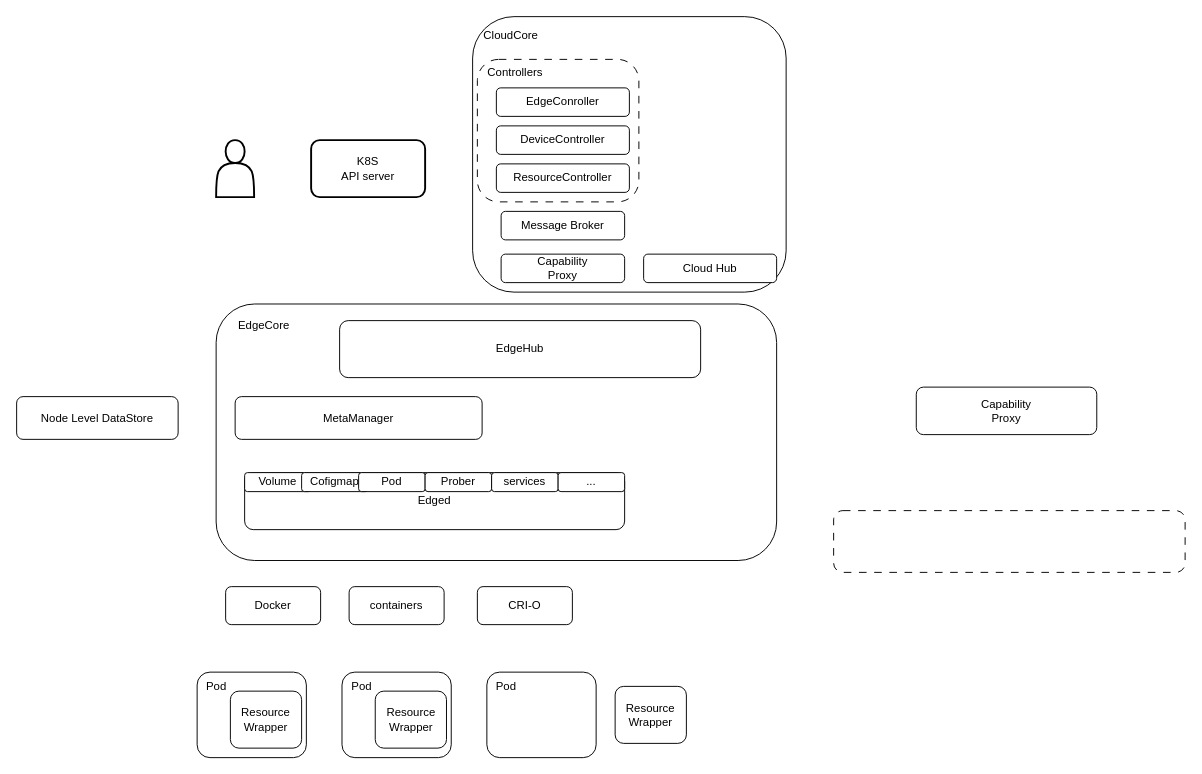
gdace829/test keeps this draw.io diagram as 人机物.drawio. Above is the earlier version. Source tidied: cells renumbered, new cells numbered last; positions are measured from the earlier drawing's top-left corner, leaving out a move shared by most shapes. Both pictures are drawn from the tidied source at 95%, with x=0, y=0 at pixel (16, 16).
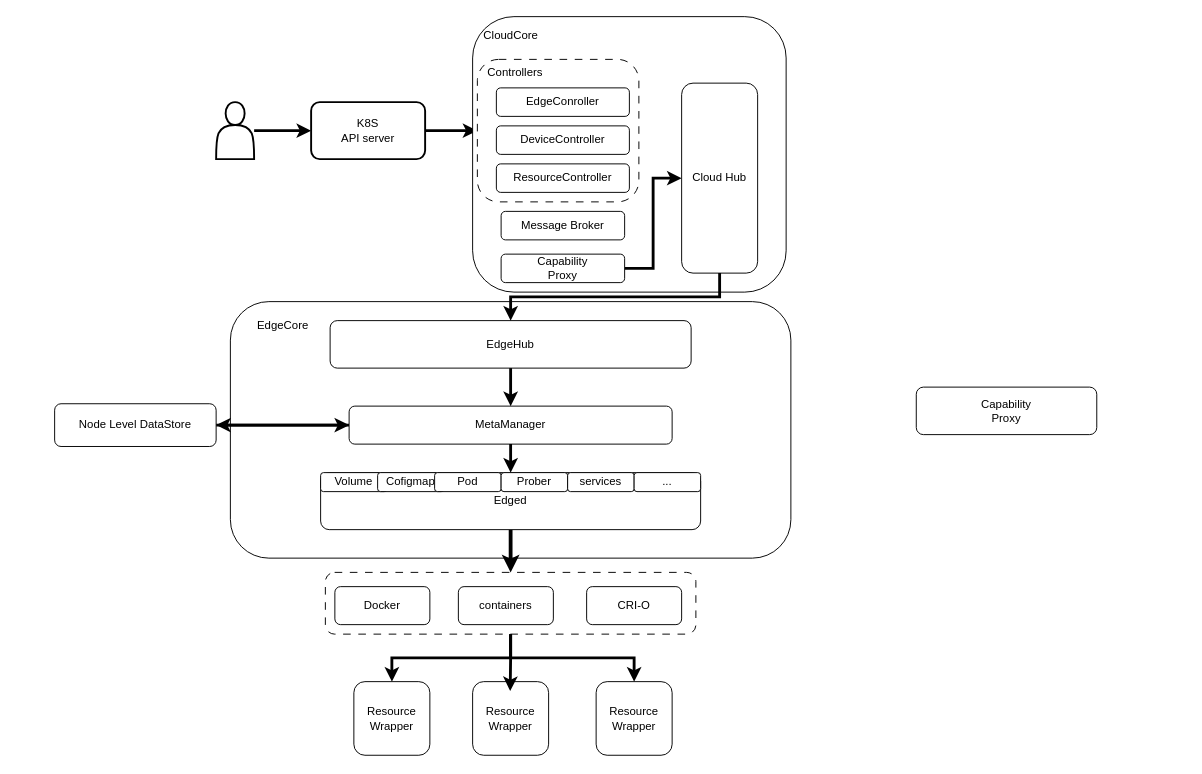
After the change.

Commit message:
更新人机物.drawio

The change refers to these unchanged cells:
```xml
<mxCell id="8" value="Capability&lt;br&gt;Proxy" style="rounded=1;whiteSpace=wrap;html=1;" parent="1" vertex="1">
  <mxGeometry x="510" y="250" width="130" height="30" as="geometry" />
</mxCell>
<mxCell id="33" style="rounded=1;whiteSpace=wrap;html=1;fillColor=none;dashed=1;dashPattern=8 8;" parent="1" vertex="1">
  <mxGeometry x="485" y="45" width="170" height="150" as="geometry" />
</mxCell>
```

What changed in the source:
```diff
@@
+    <mxCell id="40" style="edgeStyle=orthogonalEdgeStyle;rounded=0;jettySize=auto;html=1;entryX=0;entryY=0.5;entryDx=0;entryDy=0;strokeWidth=3;" parent="1" edge="1" source="2" target="3">
+      <mxGeometry relative="1" as="geometry" />
+    </mxCell>
     <mxCell id="2" style="shape=actor;whiteSpace=wrap;html=1;strokeWidth=2;" parent="1" vertex="1">
-      <mxGeometry x="210" y="130" width="40" height="60" as="geometry" />
+      <mxGeometry x="210" y="90" width="40" height="60" as="geometry" />
     </mxCell>
+    <mxCell id="41" style="edgeStyle=orthogonalEdgeStyle;rounded=0;jettySize=auto;html=1;strokeWidth=3;" parent="1" edge="1" source="3" target="33">
+      <mxGeometry relative="1" as="geometry" />
+    </mxCell>
     <mxCell id="3" value="K8S&lt;br&gt;API server" style="rounded=1;whiteSpace=wrap;html=1;strokeWidth=2;" parent="1" vertex="1">
-      <mxGeometry x="310" y="130" width="120" height="60" as="geometry" />
+      <mxGeometry x="310" y="90" width="120" height="60" as="geometry" />
     </mxCell>
@@
     <mxCell id="6" style="rounded=1;whiteSpace=wrap;html=1;" parent="1" vertex="1">
-      <mxGeometry x="210" y="302.5" width="590" height="270" as="geometry" />
+      <mxGeometry x="225" y="300" width="590" height="270" as="geometry" />
     </mxCell>
     <mxCell id="7" value="EdgeCore" style="text;html=1;align=center;verticalAlign=middle;strokeColor=none;fillColor=none;" parent="1" vertex="1">
-      <mxGeometry x="220" y="310" width="80" height="30" as="geometry" />
+      <mxGeometry x="240" y="310" width="80" height="30" as="geometry" />
     </mxCell>
+    <mxCell id="42" style="edgeStyle=orthogonalEdgeStyle;rounded=0;jettySize=auto;html=1;exitX=1;exitY=0.5;exitDx=0;exitDy=0;strokeWidth=3;" parent="1" edge="1" source="8" target="22">
+      <mxGeometry relative="1" as="geometry" />
+    </mxCell>
@@
+    <mxCell id="43" style="edgeStyle=orthogonalEdgeStyle;rounded=0;jettySize=auto;html=1;strokeWidth=3;" parent="1" edge="1" source="9" target="10">
+      <mxGeometry relative="1" as="geometry" />
+    </mxCell>
     <mxCell id="9" value="EdgeHub" style="rounded=1;whiteSpace=wrap;html=1;" parent="1" vertex="1">
-      <mxGeometry x="340" y="320" width="380" height="60" as="geometry" />
+      <mxGeometry x="330" y="320" width="380" height="50" as="geometry" />
     </mxCell>
+    <mxCell id="44" style="edgeStyle=orthogonalEdgeStyle;rounded=0;jettySize=auto;html=1;strokeWidth=3;" parent="1" edge="1" source="10" target="11">
+      <mxGeometry relative="1" as="geometry" />
+    </mxCell>
+    <mxCell id="45" style="edgeStyle=orthogonalEdgeStyle;rounded=0;jettySize=auto;html=1;strokeWidth=3;" parent="1" edge="1" source="10" target="37">
+      <mxGeometry relative="1" as="geometry" />
+    </mxCell>
     <mxCell id="10" value="MetaManager" style="rounded=1;whiteSpace=wrap;html=1;" parent="1" vertex="1">
-      <mxGeometry x="230" y="400" width="260" height="45" as="geometry" />
+      <mxGeometry x="350" y="410" width="340" height="40" as="geometry" />
     </mxCell>
+    <mxCell id="46" style="edgeStyle=orthogonalEdgeStyle;rounded=0;jettySize=auto;html=1;entryX=0.5;entryY=0;entryDx=0;entryDy=0;strokeWidth=4;" parent="1" edge="1" source="11" target="21">
+      <mxGeometry relative="1" as="geometry" />
+    </mxCell>
     <mxCell id="11" value="Edged" style="rounded=1;whiteSpace=wrap;html=1;" parent="1" vertex="1">
-      <mxGeometry x="240" y="480" width="400" height="60" as="geometry" />
+      <mxGeometry x="320" y="480" width="400" height="60" as="geometry" />
     </mxCell>
     <mxCell id="12" value="Volume" style="rounded=1;whiteSpace=wrap;html=1;" parent="1" vertex="1">
-      <mxGeometry x="240" y="480" width="70" height="20" as="geometry" />
+      <mxGeometry x="320" y="480" width="70" height="20" as="geometry" />
     </mxCell>
     <mxCell id="13" value="Cofigmap" style="rounded=1;whiteSpace=wrap;html=1;" parent="1" vertex="1">
-      <mxGeometry x="300" y="480" width="70" height="20" as="geometry" />
+      <mxGeometry x="380" y="480" width="70" height="20" as="geometry" />
     </mxCell>
     <mxCell id="14" value="Pod" style="rounded=1;whiteSpace=wrap;html=1;" parent="1" vertex="1">
-      <mxGeometry x="360" y="480" width="70" height="20" as="geometry" />
+      <mxGeometry x="440" y="480" width="70" height="20" as="geometry" />
     </mxCell>
     <mxCell id="15" value="Prober" style="rounded=1;whiteSpace=wrap;html=1;" parent="1" vertex="1">
-      <mxGeometry x="430" y="480" width="70" height="20" as="geometry" />
+      <mxGeometry x="510" y="480" width="70" height="20" as="geometry" />
     </mxCell>
     <mxCell id="16" value="services" style="rounded=1;whiteSpace=wrap;html=1;" parent="1" vertex="1">
-      <mxGeometry x="500" y="480" width="70" height="20" as="geometry" />
+      <mxGeometry x="580" y="480" width="70" height="20" as="geometry" />
     </mxCell>
     <mxCell id="17" value="Docker" style="rounded=1;whiteSpace=wrap;html=1;" parent="1" vertex="1">
-      <mxGeometry x="220" y="600" width="100" height="40" as="geometry" />
+      <mxGeometry x="335" y="600" width="100" height="40" as="geometry" />
     </mxCell>
     <mxCell id="18" value="containers" style="rounded=1;whiteSpace=wrap;html=1;" parent="1" vertex="1">
-      <mxGeometry x="350" y="600" width="100" height="40" as="geometry" />
+      <mxGeometry x="465" y="600" width="100" height="40" as="geometry" />
     </mxCell>
     <mxCell id="19" value="CRI-O" style="rounded=1;whiteSpace=wrap;html=1;" parent="1" vertex="1">
-      <mxGeometry x="485" y="600" width="100" height="40" as="geometry" />
+      <mxGeometry x="600" y="600" width="100" height="40" as="geometry" />
     </mxCell>
-    <mxCell id="20" style="rounded=1;whiteSpace=wrap;html=1;" parent="1" vertex="1">
-      <mxGeometry x="495" y="690" width="115" height="90" as="geometry" />
-    </mxCell>
+    <mxCell id="47" style="edgeStyle=orthogonalEdgeStyle;rounded=0;jettySize=auto;html=1;entryX=0.5;entryY=0;entryDx=0;entryDy=0;strokeWidth=3;" parent="1" edge="1" source="21" target="52">
+      <mxGeometry relative="1" as="geometry" />
+    </mxCell>
+    <mxCell id="48" style="edgeStyle=orthogonalEdgeStyle;rounded=0;jettySize=auto;html=1;entryX=0.5;entryY=0;entryDx=0;entryDy=0;strokeWidth=3;" parent="1" edge="1" source="21" target="24">
+      <mxGeometry relative="1" as="geometry" />
+    </mxCell>
     <mxCell id="21" style="rounded=1;whiteSpace=wrap;html=1;fillColor=none;dashed=1;dashPattern=8 8;" parent="1" vertex="1">
-      <mxGeometry x="860" y="520" width="370" height="65" as="geometry" />
+      <mxGeometry x="325" y="585" width="390" height="65" as="geometry" />
     </mxCell>
+    <mxCell id="49" style="edgeStyle=orthogonalEdgeStyle;rounded=0;jettySize=auto;html=1;strokeWidth=3;" parent="1" edge="1" source="22" target="9">
+      <mxGeometry relative="1" as="geometry" />
+    </mxCell>
     <mxCell id="22" value="Cloud Hub" style="rounded=1;whiteSpace=wrap;html=1;" parent="1" vertex="1">
-      <mxGeometry x="660" y="250" width="140" height="30" as="geometry" />
+      <mxGeometry x="700" y="70" width="80" height="200" as="geometry" />
     </mxCell>
-    <mxCell id="23" value="Pod" style="text;html=1;align=center;verticalAlign=middle;strokeColor=none;fillColor=none;" parent="1" vertex="1">
-      <mxGeometry x="495" y="690" width="40" height="30" as="geometry" />
-    </mxCell>
     <mxCell id="24" value="Resource&lt;br&gt;Wrapper" style="rounded=1;whiteSpace=wrap;html=1;" parent="1" vertex="1">
-      <mxGeometry x="630" y="705" width="75" height="60" as="geometry" />
+      <mxGeometry x="610" y="700" width="80" height="77.5" as="geometry" />
     </mxCell>
-    <mxCell id="25" style="rounded=1;whiteSpace=wrap;html=1;" parent="1" vertex="1">
-      <mxGeometry x="342.5" y="690" width="115" height="90" as="geometry" />
-    </mxCell>
-    <mxCell id="26" value="Pod" style="text;html=1;align=center;verticalAlign=middle;strokeColor=none;fillColor=none;" parent="1" vertex="1">
-      <mxGeometry x="342.5" y="690" width="40" height="30" as="geometry" />
-    </mxCell>
-    <mxCell id="27" value="Resource&lt;br&gt;Wrapper" style="rounded=1;whiteSpace=wrap;html=1;" parent="1" vertex="1">
-      <mxGeometry x="377.5" y="710" width="75" height="60" as="geometry" />
-    </mxCell>
-    <mxCell id="28" style="rounded=1;whiteSpace=wrap;html=1;" parent="1" vertex="1">
-      <mxGeometry x="190" y="690" width="115" height="90" as="geometry" />
-    </mxCell>
-    <mxCell id="29" value="Pod" style="text;html=1;align=center;verticalAlign=middle;strokeColor=none;fillColor=none;" parent="1" vertex="1">
-      <mxGeometry x="190" y="690" width="40" height="30" as="geometry" />
-    </mxCell>
-    <mxCell id="30" value="Resource&lt;br&gt;Wrapper" style="rounded=1;whiteSpace=wrap;html=1;" parent="1" vertex="1">
-      <mxGeometry x="225" y="710" width="75" height="60" as="geometry" />
-    </mxCell>
@@
     <mxCell id="35" value="..." style="rounded=1;whiteSpace=wrap;html=1;" parent="1" vertex="1">
-      <mxGeometry x="570" y="480" width="70" height="20" as="geometry" />
+      <mxGeometry x="650" y="480" width="70" height="20" as="geometry" />
     </mxCell>
@@
+    <mxCell id="50" style="edgeStyle=orthogonalEdgeStyle;rounded=0;jettySize=auto;html=1;strokeWidth=3;" parent="1" edge="1" source="37" target="10">
+      <mxGeometry relative="1" as="geometry" />
+    </mxCell>
     <mxCell id="37" value="Node Level DataStore" style="rounded=1;whiteSpace=wrap;html=1;" parent="1" vertex="1">
-      <mxGeometry y="400" width="170" height="45" as="geometry" />
+      <mxGeometry x="40" y="407.5" width="170" height="45" as="geometry" />
     </mxCell>
@@
+    <mxCell id="51" value="Resource&lt;br&gt;Wrapper" style="rounded=1;whiteSpace=wrap;html=1;" parent="1" vertex="1">
+      <mxGeometry x="480" y="700" width="80" height="77.5" as="geometry" />
+    </mxCell>
+    <mxCell id="52" value="Resource&lt;br&gt;Wrapper" style="rounded=1;whiteSpace=wrap;html=1;" parent="1" vertex="1">
+      <mxGeometry x="355" y="700" width="80" height="77.5" as="geometry" />
+    </mxCell>
+    <mxCell id="53" style="edgeStyle=orthogonalEdgeStyle;rounded=0;jettySize=auto;html=1;entryX=0.494;entryY=0.129;entryDx=0;entryDy=0;entryPerimeter=0;strokeWidth=3;" parent="1" edge="1" source="21" target="51">
+      <mxGeometry relative="1" as="geometry" />
+    </mxCell>
```
